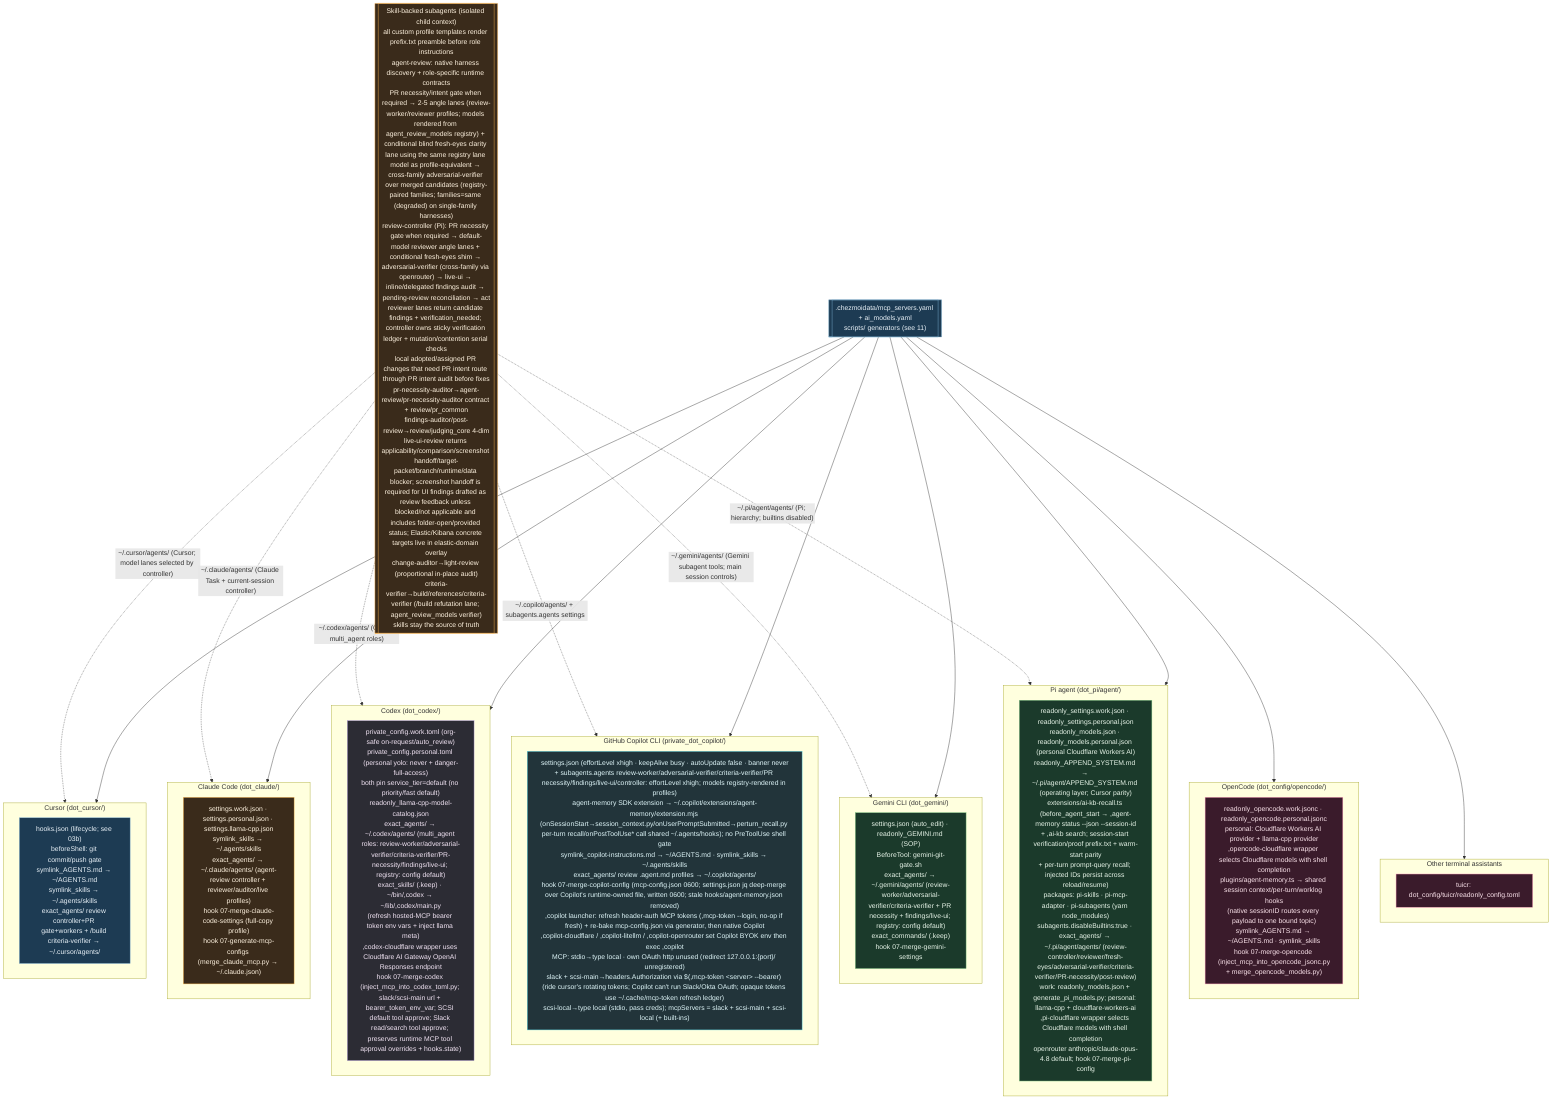
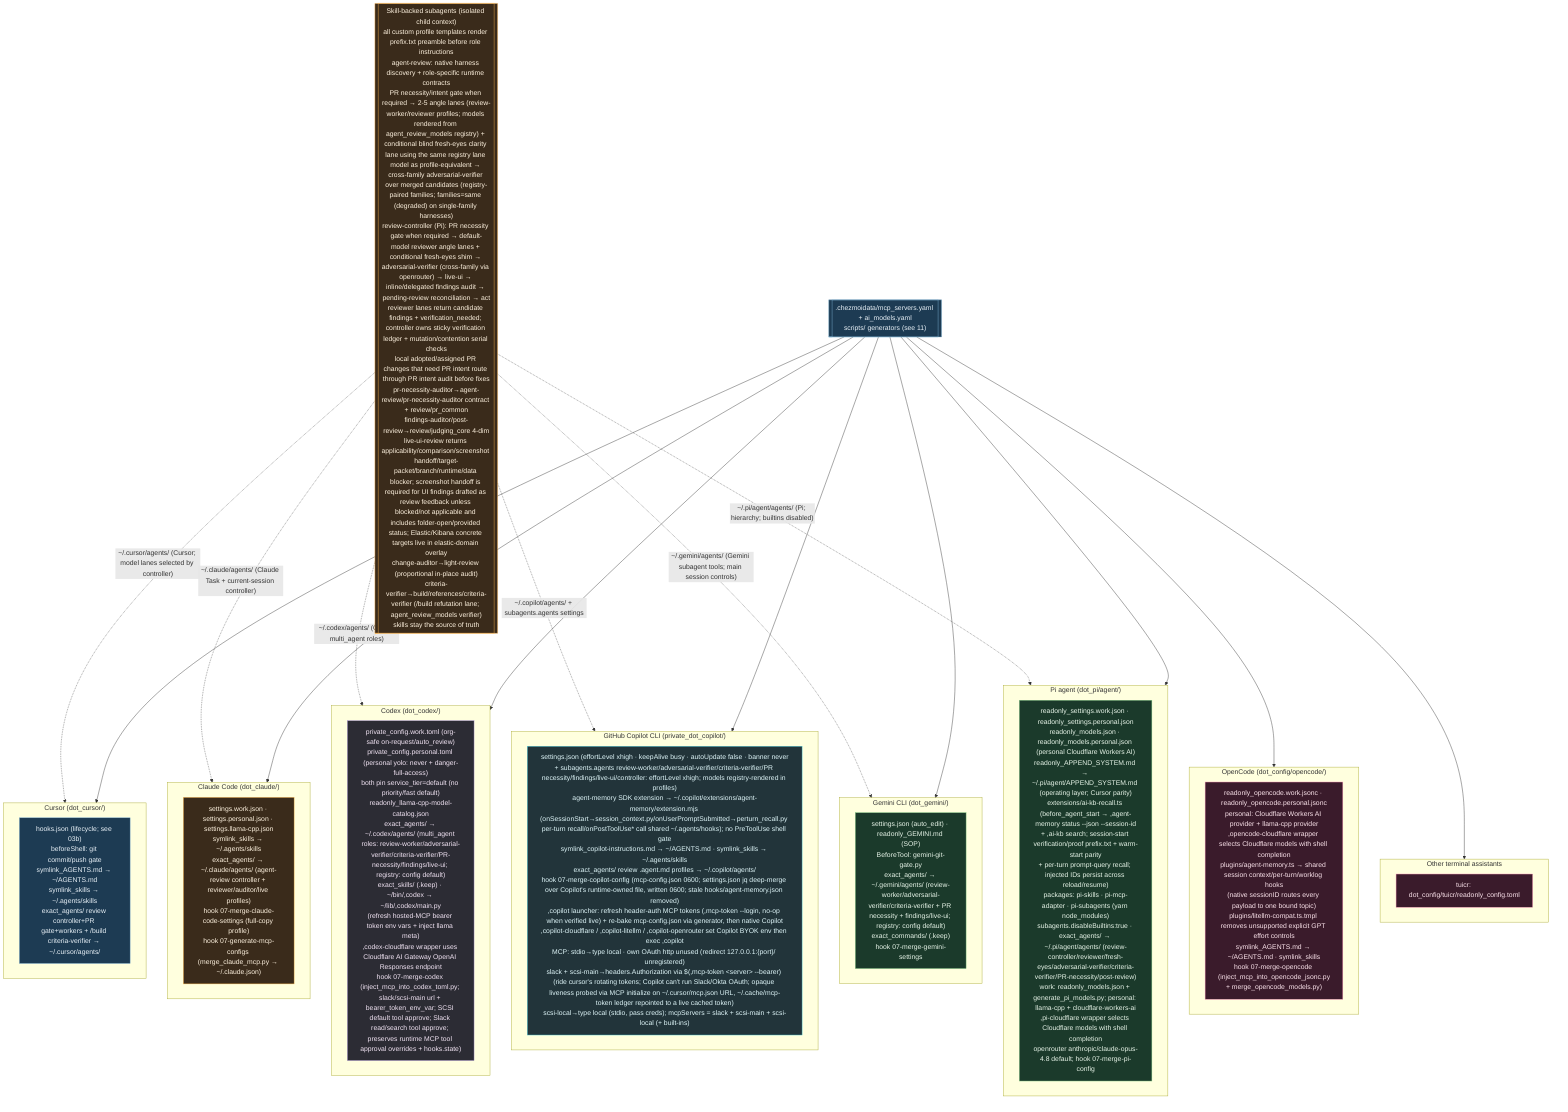
%% ============================================================================
%% 12-ai-tool-configs.mmd — Every per-tool AI config file in home/.
%% Pattern: source carries .work + .personal variants; a 07-merge-* hook picks
%% by isWork and merges generated MCP/model blocks into the live config.
%% ============================================================================
flowchart TB
    classDef cursor fill:#1d3b53,stroke:#7fb3d5,color:#eaf2f8;
    classDef claude fill:#3a2b1b,stroke:#ffb74d,color:#fff3e0;
    classDef codex fill:#2c2c34,stroke:#b39ddb,color:#f3e5f5;
    classDef gem fill:#1b3a2b,stroke:#81c784,color:#e8f5e9;
    classDef oc fill:#3a1b2b,stroke:#f48fb1,color:#fce4ec;
    classDef cop fill:#22343a,stroke:#4dd0e1,color:#e0f7fa;

    subgraph CURSOR["Cursor (dot_cursor/)"]
        CU["hooks.json (lifecycle; see 03b)<br/>beforeShell: git commit/push gate<br/>symlink_AGENTS.md → ~/AGENTS.md<br/>symlink_skills → ~/.agents/skills<br/>exact_agents/ review controller+PR gate+workers + /build criteria-verifier → ~/.cursor/agents/"]:::cursor
    end

    subgraph CLAUDE["Claude Code (dot_claude/)"]
        CLD["settings.work.json · settings.personal.json · settings.llama-cpp.json<br/>symlink_skills → ~/.agents/skills<br/>exact_agents/ → ~/.claude/agents/ (agent-review controller + reviewer/auditor/live profiles)<br/>hook 07-merge-claude-code-settings (full-copy profile)<br/>hook 07-generate-mcp-configs (merge_claude_mcp.py → ~/.claude.json)"]:::claude
    end

    subgraph CODEX["Codex (dot_codex/)"]
        CDX["private_config.work.toml (org-safe on-request/auto_review)<br/>private_config.personal.toml (personal yolo: never + danger-full-access)<br/>both pin service_tier=default (no priority/fast default)<br/>readonly_llama-cpp-model-catalog.json<br/>exact_agents/ → ~/.codex/agents/ (multi_agent roles: review-worker/adversarial-verifier/criteria-verifier/PR-necessity/findings/live-ui; registry: config default)<br/>exact_skills/ (.keep) · ~/bin/,codex → ~/lib/,codex/main.py<br/>(refresh hosted-MCP bearer token env vars + inject llama meta)<br/>,codex-cloudflare wrapper uses Cloudflare AI Gateway OpenAI Responses endpoint<br/>hook 07-merge-codex (inject_mcp_into_codex_toml.py; slack/scsi-main url + bearer_token_env_var; SCSI default tool approve; Slack read/search tool approve; preserves runtime MCP tool approval overrides + hooks.state)"]:::codex
    end

    subgraph GEMINI["Gemini CLI (dot_gemini/)"]
-         GMN["settings.json (auto_edit) · readonly_GEMINI.md (SOP)<br/>BeforeTool: gemini-git-gate.sh<br/>exact_agents/ → ~/.gemini/agents/ (review-worker/adversarial-verifier/criteria-verifier + PR necessity + findings/live-ui; registry: config default)<br/>exact_commands/ (.keep)<br/>hook 07-merge-gemini-settings"]:::gem
+         GMN["settings.json (auto_edit) · readonly_GEMINI.md (SOP)<br/>BeforeTool: gemini-git-gate.py<br/>exact_agents/ → ~/.gemini/agents/ (review-worker/adversarial-verifier/criteria-verifier + PR necessity + findings/live-ui; registry: config default)<br/>exact_commands/ (.keep)<br/>hook 07-merge-gemini-settings"]:::gem
    end

    subgraph OPENCODE["OpenCode (dot_config/opencode/)"]
-         OPC["readonly_opencode.work.jsonc · readonly_opencode.personal.jsonc<br/>personal: Cloudflare Workers AI provider + llama-cpp provider<br/>,opencode-cloudflare wrapper selects Cloudflare models with shell completion<br/>plugins/agent-memory.ts → shared session context/per-turn/worklog hooks<br/>(native sessionID routes every payload to one bound topic)<br/>symlink_AGENTS.md → ~/AGENTS.md · symlink_skills<br/>hook 07-merge-opencode (inject_mcp_into_opencode_jsonc.py<br/>+ merge_opencode_models.py)"]:::oc
+         OPC["readonly_opencode.work.jsonc · readonly_opencode.personal.jsonc<br/>personal: Cloudflare Workers AI provider + llama-cpp provider<br/>,opencode-cloudflare wrapper selects Cloudflare models with shell completion<br/>plugins/agent-memory.ts → shared session context/per-turn/worklog hooks<br/>(native sessionID routes every payload to one bound topic)<br/>plugins/litellm-compat.ts.tmpl removes unsupported explicit GPT effort controls<br/>symlink_AGENTS.md → ~/AGENTS.md · symlink_skills<br/>hook 07-merge-opencode (inject_mcp_into_opencode_jsonc.py<br/>+ merge_opencode_models.py)"]:::oc
    end

    subgraph PI["Pi agent (dot_pi/agent/)"]
        PIA["readonly_settings.work.json · readonly_settings.personal.json<br/>readonly_models.json · readonly_models.personal.json (personal Cloudflare Workers AI)<br/>readonly_APPEND_SYSTEM.md → ~/.pi/agent/APPEND_SYSTEM.md (operating layer; Cursor parity)<br/>extensions/ai-kb-recall.ts (before_agent_start → ,agent-memory status --json --session-id<br/>+ ,ai-kb search; session-start verification/proof prefix.txt + warm-start parity<br/>+ per-turn prompt-query recall; injected IDs persist across reload/resume)<br/>packages: pi-skills · pi-mcp-adapter · pi-subagents (yarn node_modules)<br/>subagents.disableBuiltins:true · exact_agents/ → ~/.pi/agent/agents/ (review-controller/reviewer/fresh-eyes/adversarial-verifier/criteria-verifier/PR-necessity/post-review)<br/>work: readonly_models.json + generate_pi_models.py; personal: llama-cpp + cloudflare-workers-ai<br/>,pi-cloudflare wrapper selects Cloudflare models with shell completion<br/>openrouter anthropic/claude-opus-4.8 default; hook 07-merge-pi-config"]:::gem
    end

    subgraph COPILOT["GitHub Copilot CLI (private_dot_copilot/)"]
-         COP["settings.json (effortLevel xhigh · keepAlive busy · autoUpdate false · banner never<br/>+ subagents.agents review-worker/adversarial-verifier/criteria-verifier/PR necessity/findings/live-ui/controller: effortLevel xhigh; models registry-rendered in profiles)<br/>agent-memory SDK extension → ~/.copilot/extensions/agent-memory/extension.mjs (onSessionStart→session_context.py/onUserPromptSubmitted→perturn_recall.py per-turn recall/onPostToolUse* call shared ~/.agents/hooks); no PreToolUse shell gate<br/>symlink_copilot-instructions.md → ~/AGENTS.md · symlink_skills → ~/.agents/skills<br/>exact_agents/ review .agent.md profiles → ~/.copilot/agents/<br/>hook 07-merge-copilot-config (mcp-config.json 0600; settings.json jq deep-merge over Copilot's runtime-owned file, written 0600; stale hooks/agent-memory.json removed)<br/>,copilot launcher: refresh header-auth MCP tokens (,mcp-token --login, no-op if fresh) + re-bake mcp-config.json via generator, then native Copilot<br/>,copilot-cloudflare / ,copilot-litellm / ,copilot-openrouter set Copilot BYOK env then exec ,copilot<br/>MCP: stdio→type local · own OAuth http unused (redirect 127.0.0.1:{port}/ unregistered)<br/>slack + scsi-main→headers.Authorization via $(,mcp-token &lt;server&gt; --bearer) (ride cursor's rotating tokens; Copilot can't run Slack/Okta OAuth; opaque tokens use ~/.cache/mcp-token refresh ledger)<br/>scsi-local→type local (stdio, pass creds); mcpServers = slack + scsi-main + scsi-local (+ built-ins)"]:::cop
+         COP["settings.json (effortLevel xhigh · keepAlive busy · autoUpdate false · banner never<br/>+ subagents.agents review-worker/adversarial-verifier/criteria-verifier/PR necessity/findings/live-ui/controller: effortLevel xhigh; models registry-rendered in profiles)<br/>agent-memory SDK extension → ~/.copilot/extensions/agent-memory/extension.mjs (onSessionStart→session_context.py/onUserPromptSubmitted→perturn_recall.py per-turn recall/onPostToolUse* call shared ~/.agents/hooks); no PreToolUse shell gate<br/>symlink_copilot-instructions.md → ~/AGENTS.md · symlink_skills → ~/.agents/skills<br/>exact_agents/ review .agent.md profiles → ~/.copilot/agents/<br/>hook 07-merge-copilot-config (mcp-config.json 0600; settings.json jq deep-merge over Copilot's runtime-owned file, written 0600; stale hooks/agent-memory.json removed)<br/>,copilot launcher: refresh header-auth MCP tokens (,mcp-token --login, no-op when verified live) + re-bake mcp-config.json via generator, then native Copilot<br/>,copilot-cloudflare / ,copilot-litellm / ,copilot-openrouter set Copilot BYOK env then exec ,copilot<br/>MCP: stdio→type local · own OAuth http unused (redirect 127.0.0.1:{port}/ unregistered)<br/>slack + scsi-main→headers.Authorization via $(,mcp-token &lt;server&gt; --bearer) (ride cursor's rotating tokens; Copilot can't run Slack/Okta OAuth; opaque liveness probed via MCP initialize on ~/.cursor/mcp.json URL, ~/.cache/mcp-token ledger repointed to a live cached token)<br/>scsi-local→type local (stdio, pass creds); mcpServers = slack + scsi-main + scsi-local (+ built-ins)"]:::cop
    end

    subgraph OTHER["Other terminal assistants"]
        TUI["tuicr: dot_config/tuicr/readonly_config.toml"]:::oc
    end

    REG[[".chezmoidata/mcp_servers.yaml + ai_models.yaml<br/>scripts/ generators (see 11)"]]:::cursor
    REG --> CURSOR & CLAUDE & CODEX & GEMINI & OPENCODE & PI & COPILOT & OTHER

    SUBA[["Skill-backed subagents (isolated child context)<br/>all custom profile templates render prefix.txt preamble before role instructions<br/>agent-review: native harness discovery + role-specific runtime contracts<br/>PR necessity/intent gate when required → 2-5 angle lanes (review-worker/reviewer profiles; models rendered from agent_review_models registry) + conditional blind fresh-eyes clarity lane using the same registry lane model as profile-equivalent → cross-family adversarial-verifier over merged candidates (registry-paired families; families=same (degraded) on single-family harnesses)<br/>review-controller (Pi): PR necessity gate when required → default-model reviewer angle lanes + conditional fresh-eyes shim → adversarial-verifier (cross-family via openrouter) → live-ui → inline/delegated findings audit → pending-review reconciliation → act<br/>reviewer lanes return candidate findings + verification_needed; controller owns sticky verification ledger + mutation/contention serial checks<br/>local adopted/assigned PR changes that need PR intent route through PR intent audit before fixes<br/>pr-necessity-auditor→agent-review/pr-necessity-auditor contract + review/pr_common<br/>findings-auditor/post-review→review/judging_core 4-dim<br/>live-ui-review returns applicability/comparison/screenshot handoff/target-packet/branch/runtime/data blocker; screenshot handoff is required for UI findings drafted as review feedback unless blocked/not applicable and includes folder-open/provided status; Elastic/Kibana concrete targets live in elastic-domain overlay<br/>change-auditor→light-review (proportional in-place audit)<br/>criteria-verifier→build/references/criteria-verifier (/build refutation lane; agent_review_models verifier)<br/>skills stay the source of truth"]]:::claude
    SUBA -.->|"~/.cursor/agents/ (Cursor; model lanes selected by controller)"| CURSOR
    SUBA -.->|"~/.copilot/agents/ + subagents.agents settings"| COPILOT
    SUBA -.->|"~/.claude/agents/ (Claude Task + current-session controller)"| CLAUDE
    SUBA -.->|"~/.codex/agents/ (Codex multi_agent roles)"| CODEX
    SUBA -.->|"~/.gemini/agents/ (Gemini subagent tools; main session controls)"| GEMINI
    SUBA -.->|"~/.pi/agent/agents/ (Pi; hierarchy; builtins disabled)"| PI
